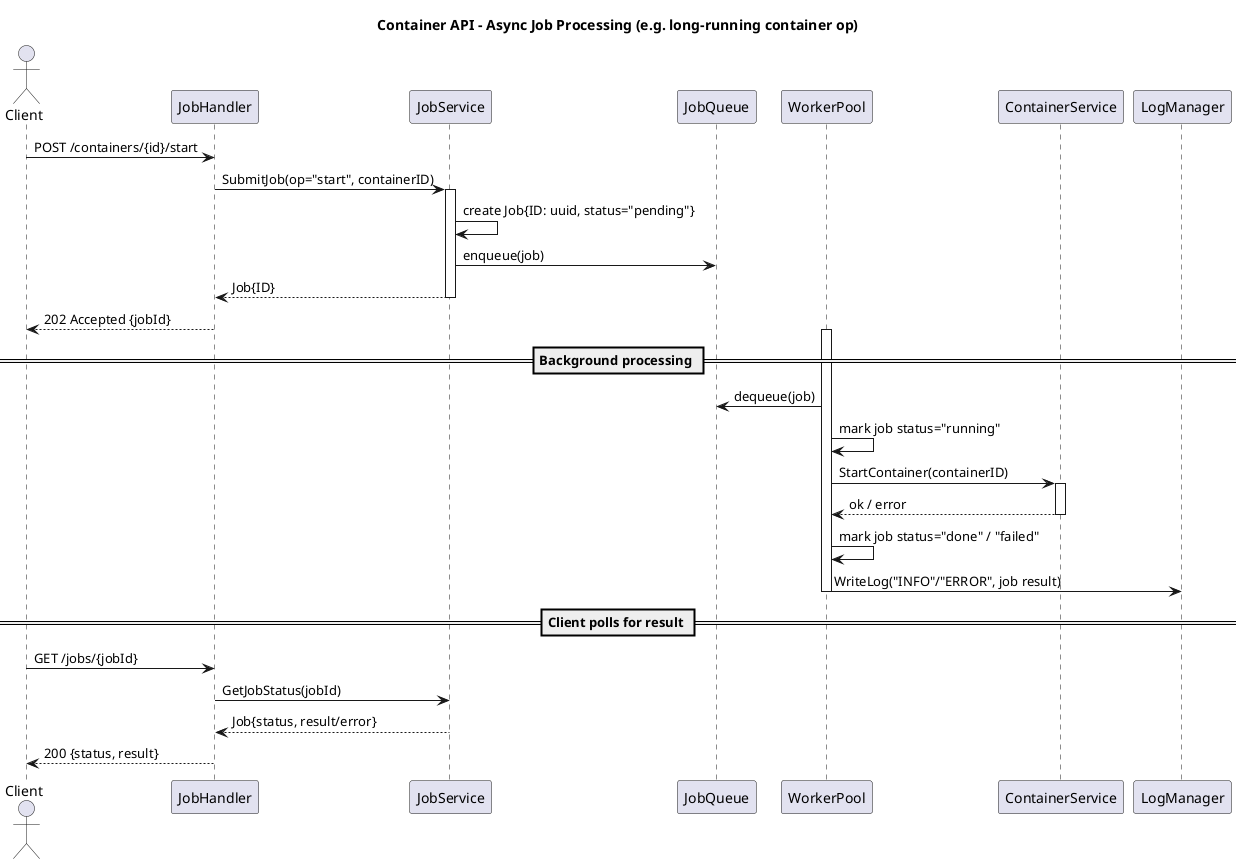
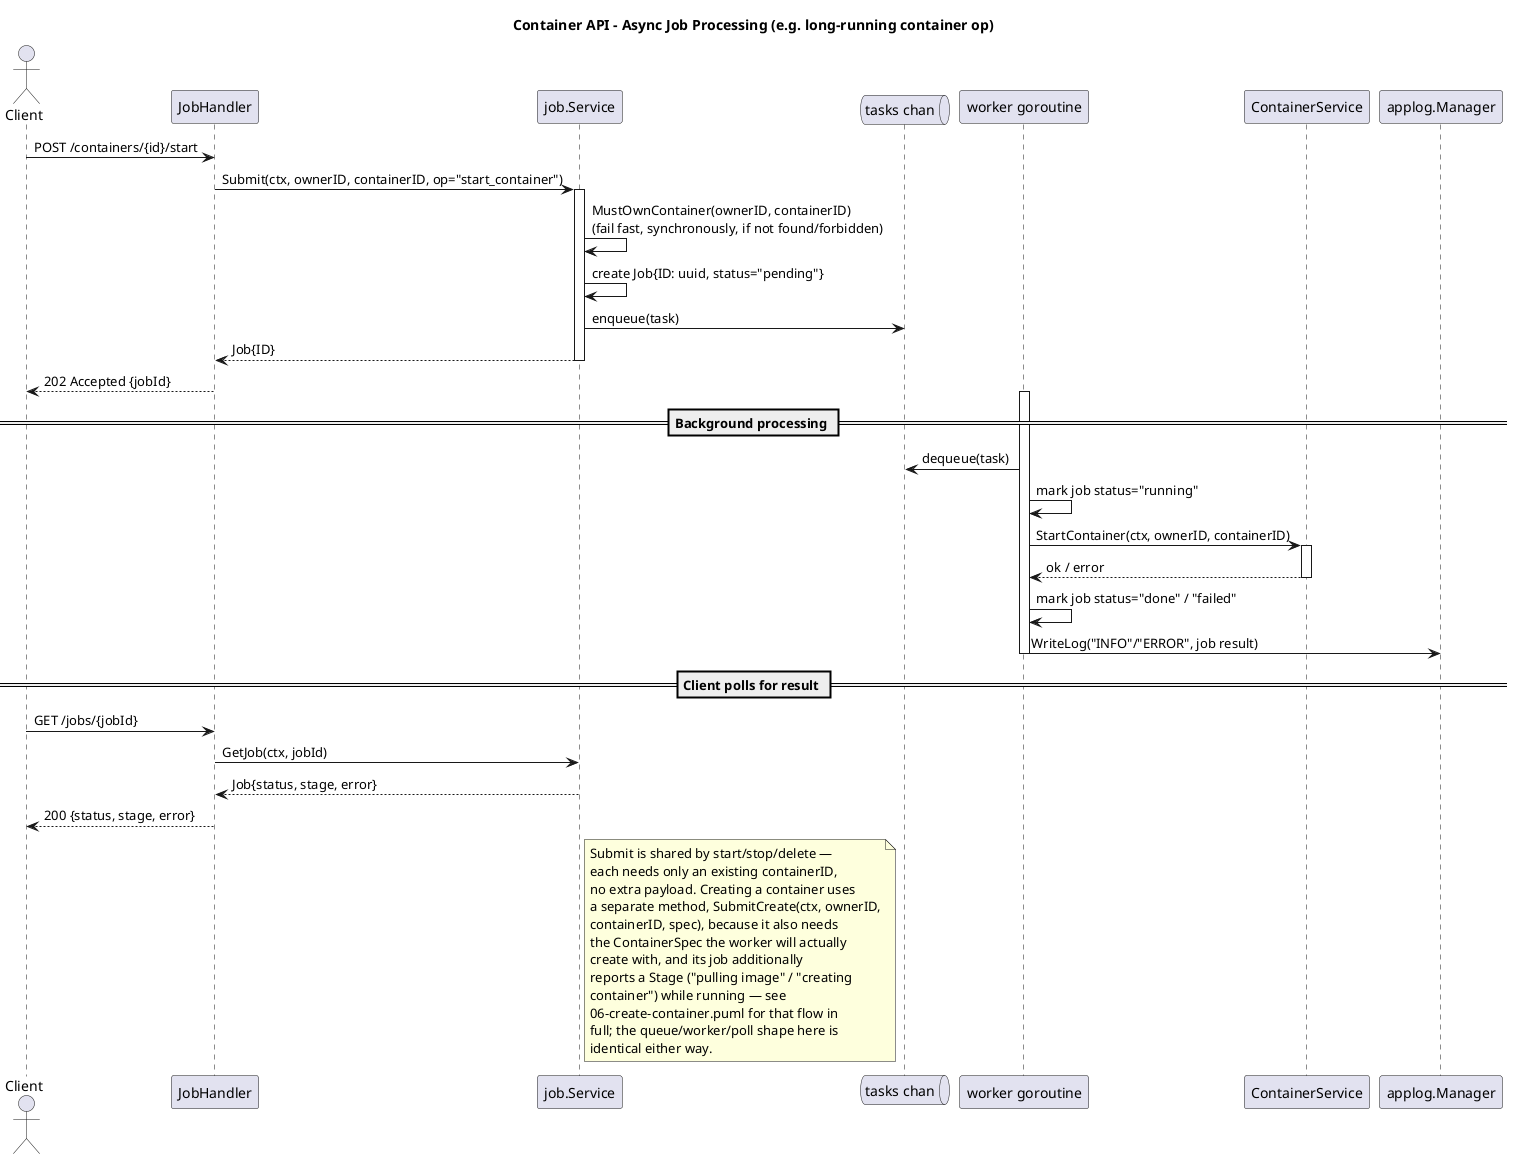
@startuml
title Container API - Async Job Processing (e.g. long-running container op)

actor Client
participant JobHandler
- participant JobService
- participant JobQueue
- participant WorkerPool
+ participant JobService as "job.Service"
+ queue "tasks chan" as Queue
+ participant Worker as "worker goroutine"
participant ContainerService
- participant LogManager
+ participant "applog.Manager" as LogManager

Client -> JobHandler: POST /containers/{id}/start
- JobHandler -> JobService: SubmitJob(op="start", containerID)
+ JobHandler -> JobService: Submit(ctx, ownerID, containerID, op="start_container")
activate JobService
+ JobService -> JobService: MustOwnContainer(ownerID, containerID)\n(fail fast, synchronously, if not found/forbidden)
JobService -> JobService: create Job{ID: uuid, status="pending"}
- JobService -> JobQueue: enqueue(job)
+ JobService -> Queue: enqueue(task)
JobService --> JobHandler: Job{ID}
deactivate JobService
JobHandler --> Client: 202 Accepted {jobId}

== Background processing ==
- activate WorkerPool
- WorkerPool -> JobQueue: dequeue(job)
- WorkerPool -> WorkerPool: mark job status="running"
- WorkerPool -> ContainerService: StartContainer(containerID)
+ activate Worker
+ Worker -> Queue: dequeue(task)
+ Worker -> Worker: mark job status="running"
+ Worker -> ContainerService: StartContainer(ctx, ownerID, containerID)
activate ContainerService
- ContainerService --> WorkerPool: ok / error
+ ContainerService --> Worker: ok / error
deactivate ContainerService
- WorkerPool -> WorkerPool: mark job status="done" / "failed"
- WorkerPool -> LogManager: WriteLog("INFO"/"ERROR", job result)
- deactivate WorkerPool
+ Worker -> Worker: mark job status="done" / "failed"
+ Worker -> LogManager: WriteLog("INFO"/"ERROR", job result)
+ deactivate Worker

== Client polls for result ==
Client -> JobHandler: GET /jobs/{jobId}
- JobHandler -> JobService: GetJobStatus(jobId)
- JobService --> JobHandler: Job{status, result/error}
- JobHandler --> Client: 200 {status, result}
+ JobHandler -> JobService: GetJob(ctx, jobId)
+ JobService --> JobHandler: Job{status, stage, error}
+ JobHandler --> Client: 200 {status, stage, error}
+ 
+ note right of JobService
+   Submit is shared by start/stop/delete —
+   each needs only an existing containerID,
+   no extra payload. Creating a container uses
+   a separate method, SubmitCreate(ctx, ownerID,
+   containerID, spec), because it also needs
+   the ContainerSpec the worker will actually
+   create with, and its job additionally
+   reports a Stage ("pulling image" / "creating
+   container") while running — see
+   06-create-container.puml for that flow in
+   full; the queue/worker/poll shape here is
+   identical either way.
+ end note

@enduml
